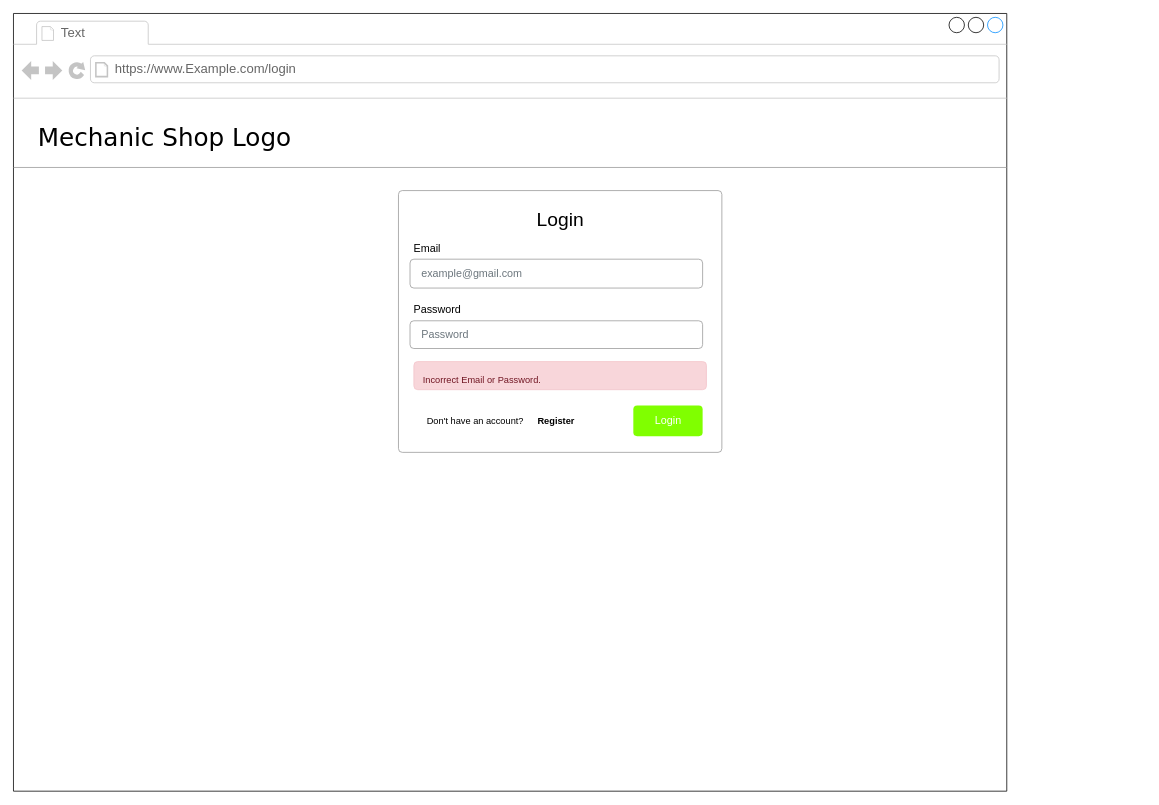
Earlier version of the draw.io diagram Wireframe_Mockups/End-UserUI/Login.drawio (Awrmani/AutoQuotes). Source tidied: cells renumbered, new cells numbered last; positions are measured from the earlier drawing's top-left corner, leaving out a move shared by most shapes. Both pictures are drawn from the tidied source at 77%, with x=0, y=0 at pixel (13, 13).
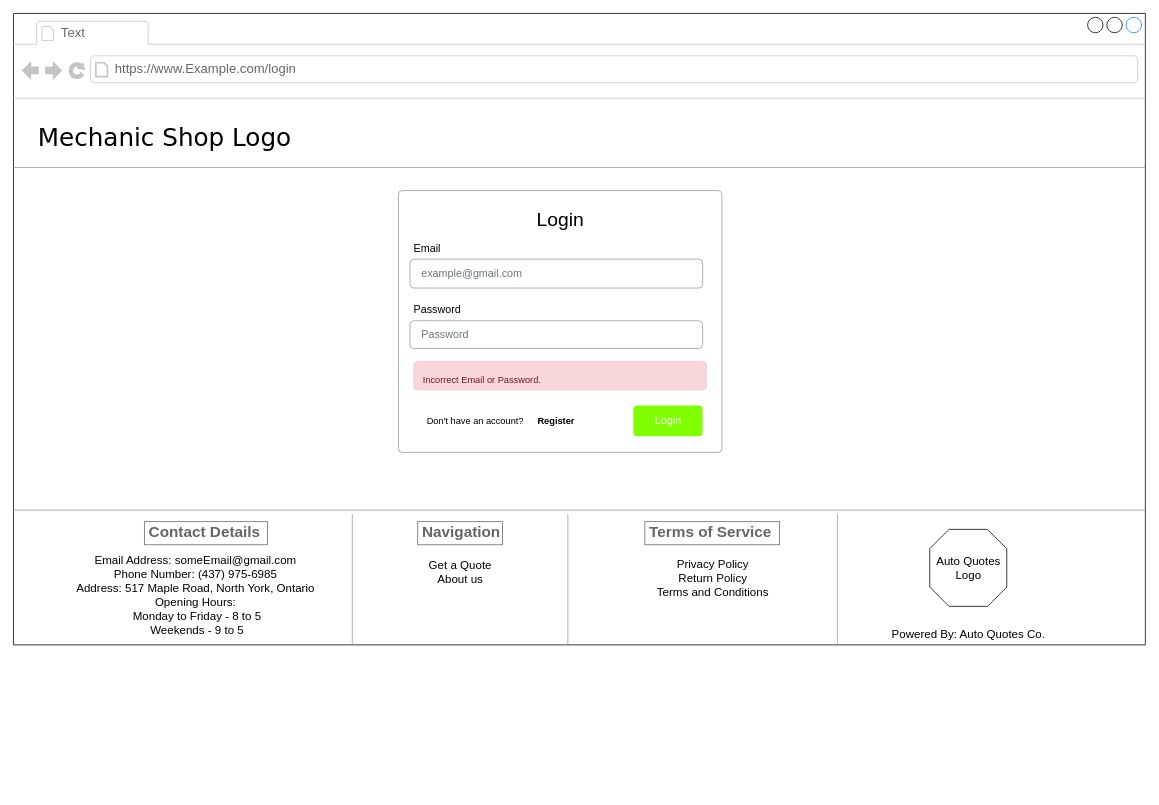
The same diagram, later.

The edit, as a diff of the source:
```diff
@@
     <mxCell id="2" style="strokeWidth=1;shadow=0;dashed=0;align=left;html=1;shape=mxgraph.mockup.containers.browserWindow;rSize=0;mainText=,;rounded=0;labelBackgroundColor=none;fontFamily=Verdana;fontSize=12;" parent="1" vertex="1">
-      <mxGeometry width="1290" height="1010" as="geometry" />
+      <mxGeometry width="1470" height="820" as="geometry" />
     </mxCell>
@@
     <mxCell id="6" style="verticalLabelPosition=bottom;shadow=0;dashed=0;align=center;html=1;verticalAlign=top;strokeWidth=1;shape=mxgraph.mockup.markup.line;strokeColor=#999999;rounded=0;labelBackgroundColor=none;fillColor=#ffffff;fontFamily=Verdana;fontSize=12;fontColor=#000000;" parent="2" vertex="1">
-      <mxGeometry y="190" width="1290" height="20" as="geometry" />
+      <mxGeometry y="190" width="1470" height="20" as="geometry" />
     </mxCell>
@@
+    <mxCell id="17" style="verticalLabelPosition=bottom;shadow=0;dashed=0;align=center;html=1;verticalAlign=top;strokeWidth=1;shape=mxgraph.mockup.markup.line;strokeColor=#999999;rounded=0;labelBackgroundColor=none;fillColor=#ffffff;fontFamily=Verdana;fontSize=12;fontColor=#000000;" parent="2" vertex="1">
+      <mxGeometry y="635" width="1470" height="20" as="geometry" />
+    </mxCell>
+    <mxCell id="18" value="&lt;h3&gt;Contact Details&lt;/h3&gt;" style="strokeWidth=1;shadow=0;dashed=0;align=center;html=1;shape=mxgraph.mockup.text.textBox;fontColor=#666666;align=left;fontSize=17;spacingLeft=4;spacingTop=-3;strokeColor=#666666;mainText=;" parent="2" vertex="1">
+      <mxGeometry x="170" y="660" width="160" height="30" as="geometry" />
+    </mxCell>
+    <mxCell id="19" value="&lt;div style=&quot;text-align: center;&quot;&gt;&lt;span style=&quot;font-size: 15px; background-color: initial;&quot;&gt;Email Address: someEmail@gmail.com&lt;/span&gt;&lt;/div&gt;&lt;font style=&quot;font-size: 15px;&quot;&gt;&lt;div style=&quot;text-align: center;&quot;&gt;&lt;span style=&quot;background-color: initial;&quot;&gt;Phone Number: (437) 975-6985&lt;/span&gt;&lt;/div&gt;&lt;div style=&quot;text-align: center;&quot;&gt;&lt;span style=&quot;background-color: initial;&quot;&gt;Address: 517 Maple Road, North York, Ontario&lt;/span&gt;&lt;/div&gt;&lt;div style=&quot;text-align: center;&quot;&gt;&lt;span style=&quot;background-color: initial;&quot;&gt;Opening Hours:&lt;/span&gt;&lt;/div&gt;&lt;span style=&quot;white-space: pre;&quot;&gt;&lt;div style=&quot;text-align: center;&quot;&gt;&lt;span style=&quot;background-color: initial;&quot;&gt; &lt;/span&gt;&lt;span style=&quot;background-color: initial; white-space: normal;&quot;&gt;Monday to Friday - 8 to 5&lt;/span&gt;&lt;/div&gt;&lt;/span&gt;&lt;span style=&quot;white-space: pre;&quot;&gt;&lt;div style=&quot;text-align: center;&quot;&gt;&lt;span style=&quot;background-color: initial;&quot;&gt; &lt;/span&gt;&lt;span style=&quot;background-color: initial; white-space: normal;&quot;&gt;Weekends - 9 to 5&lt;/span&gt;&lt;/div&gt;&lt;/span&gt;&lt;/font&gt;" style="text;spacingTop=-5;whiteSpace=wrap;html=1;align=left;fontSize=12;fontFamily=Helvetica;fillColor=none;strokeColor=none;" parent="2" vertex="1">
+      <mxGeometry x="80" y="700" width="360" height="100" as="geometry" />
+    </mxCell>
+    <mxCell id="20" style="verticalLabelPosition=bottom;shadow=0;dashed=0;align=center;html=1;verticalAlign=top;strokeWidth=1;shape=mxgraph.mockup.markup.line;strokeColor=#999999;direction=north;fontSize=32;" parent="2" vertex="1">
+      <mxGeometry x="430" y="650" width="20" height="170" as="geometry" />
+    </mxCell>
+    <mxCell id="21" value="Powered By: Auto Quotes Co." style="text;html=1;align=center;verticalAlign=middle;strokeColor=none;fillColor=none;fontSize=15;" parent="2" vertex="1">
+      <mxGeometry x="1130" y="790" width="220" height="30" as="geometry" />
+    </mxCell>
+    <mxCell id="22" value="&lt;h3&gt;Terms of Service&lt;/h3&gt;" style="strokeWidth=1;shadow=0;dashed=0;align=center;html=1;shape=mxgraph.mockup.text.textBox;fontColor=#666666;align=left;fontSize=17;spacingLeft=4;spacingTop=-3;strokeColor=#666666;mainText=;" parent="2" vertex="1">
+      <mxGeometry x="820" y="660" width="175" height="30" as="geometry" />
+    </mxCell>
+    <mxCell id="23" value="Privacy Policy&lt;br&gt;Return Policy&lt;br&gt;Terms and Conditions" style="text;html=1;align=center;verticalAlign=top;strokeColor=none;fillColor=none;fontSize=15;" parent="2" vertex="1">
+      <mxGeometry x="822.5" y="700" width="170" height="70" as="geometry" />
+    </mxCell>
+    <mxCell id="24" style="verticalLabelPosition=bottom;verticalAlign=top;html=1;shape=mxgraph.basic.polygon;polyCoords=[[0.25,0],[0.75,0],[1,0.25],[1,0.75],[0.75,1],[0.25,1],[0,0.75],[0,0.25]];polyline=0;fontSize=15;" parent="2" vertex="1">
+      <mxGeometry x="1190" y="670" width="100" height="100" as="geometry" />
+    </mxCell>
+    <mxCell id="25" value="Auto Quotes&lt;br&gt;Logo" style="text;html=1;align=center;verticalAlign=middle;strokeColor=none;fillColor=none;fontSize=15;" parent="2" vertex="1">
+      <mxGeometry x="1185" y="695" width="110" height="50" as="geometry" />
+    </mxCell>
+    <mxCell id="26" style="verticalLabelPosition=bottom;shadow=0;dashed=0;align=center;html=1;verticalAlign=top;strokeWidth=1;shape=mxgraph.mockup.markup.line;strokeColor=#999999;direction=north;fontSize=15;" parent="2" vertex="1">
+      <mxGeometry x="710" y="650" width="20" height="170" as="geometry" />
+    </mxCell>
+    <mxCell id="27" value="&lt;h3&gt;Navigation&lt;/h3&gt;" style="strokeWidth=1;shadow=0;dashed=0;align=center;html=1;shape=mxgraph.mockup.text.textBox;fontColor=#666666;align=left;fontSize=17;spacingLeft=4;spacingTop=-3;strokeColor=#666666;mainText=;" parent="2" vertex="1">
+      <mxGeometry x="525" y="660" width="110" height="30" as="geometry" />
+    </mxCell>
+    <mxCell id="28" style="verticalLabelPosition=bottom;shadow=0;dashed=0;align=center;html=1;verticalAlign=top;strokeWidth=1;shape=mxgraph.mockup.markup.line;strokeColor=#999999;direction=north;fontSize=15;" parent="2" vertex="1">
+      <mxGeometry x="1060" y="650" width="20" height="170" as="geometry" />
+    </mxCell>
+    <mxCell id="29" value="Get a Quote&lt;br&gt;About us" style="text;html=1;align=center;verticalAlign=middle;strokeColor=none;fillColor=none;fontSize=15;" parent="2" vertex="1">
+      <mxGeometry x="525" y="700" width="110" height="50" as="geometry" />
+    </mxCell>
```
